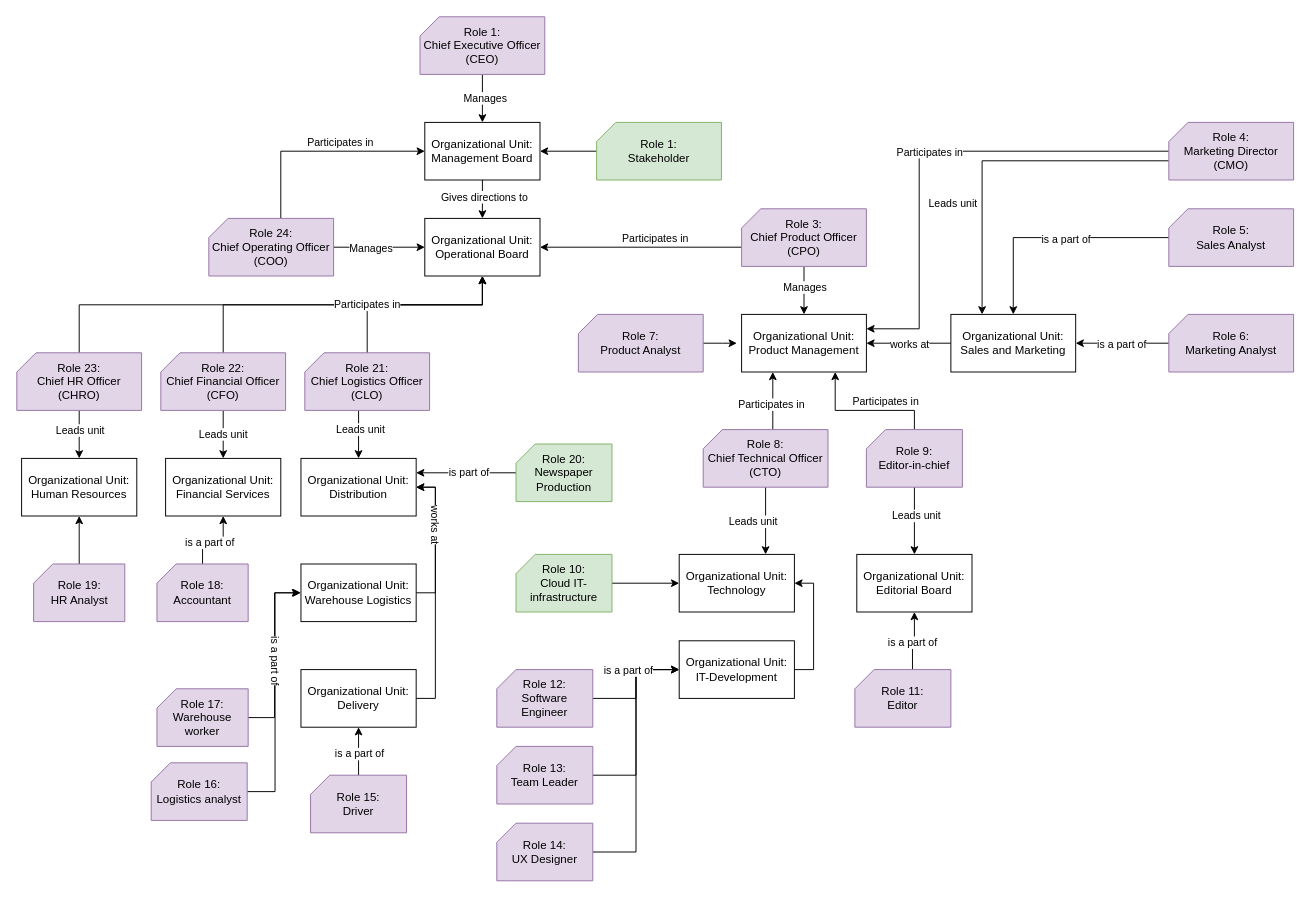
Earlier version of the draw.io diagram TS_role_actors_models.drawio (gullskatten/TS-models-4em-archi). Source tidied: cells renumbered, new cells numbered last; positions are measured from the earlier drawing's top-left corner, leaving out a move shared by most shapes. Both pictures are drawn from the tidied source at 96%, with x=0, y=0 at pixel (16, 16).
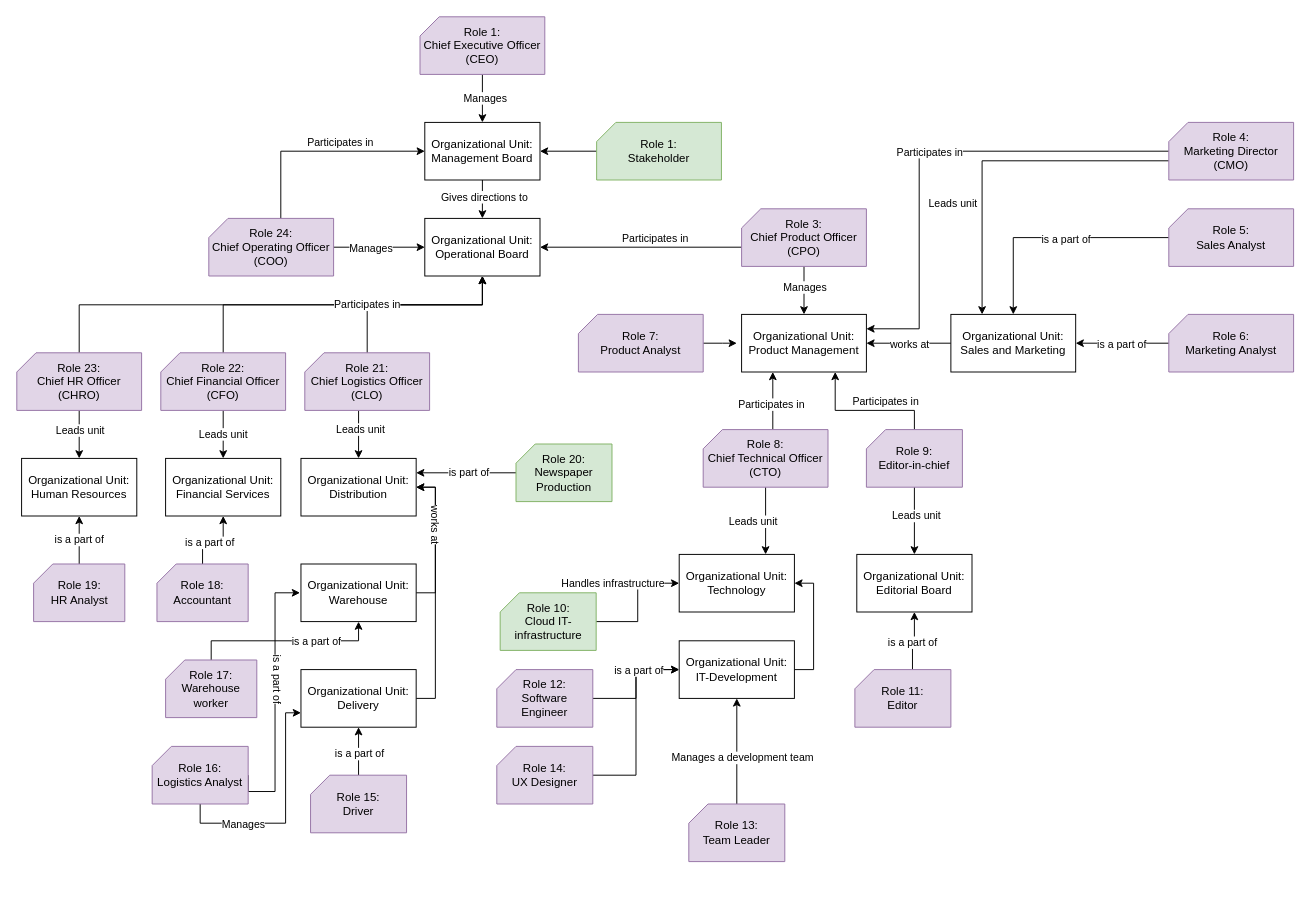
After the change.

Commit message:
Logistics relates to delivery

Unchanged cells that the change refers to:
```xml
<mxCell id="35" value="Organizational Unit:&lt;br&gt;Human Resources" style="rounded=0;whiteSpace=wrap;html=1;" parent="1" vertex="1">
  <mxGeometry x="5" y="460" width="120" height="60" as="geometry" />
</mxCell>
<mxCell id="45" value="Organizational Unit:&lt;br&gt;IT-Development" style="rounded=0;whiteSpace=wrap;html=1;" parent="1" vertex="1">
  <mxGeometry x="690" y="650" width="120" height="60" as="geometry" />
</mxCell>
<mxCell id="50" value="Organizational Unit:&lt;br&gt;Delivery" style="rounded=0;whiteSpace=wrap;html=1;" parent="1" vertex="1">
  <mxGeometry x="296" y="680" width="120" height="60" as="geometry" />
</mxCell>
<mxCell id="69" style="edgeStyle=orthogonalEdgeStyle;rounded=0;jettySize=auto;html=1;entryX=0;entryY=0.5;entryDx=0;entryDy=0;exitX=1;exitY=0.5;exitDx=0;exitDy=0;exitPerimeter=0;" parent="1" edge="1" source="71">
  <mxGeometry relative="1" as="geometry">
    <mxPoint x="295" y="600" as="targetPoint" />
    <Array as="points">
      <mxPoint x="269" y="807" />
      <mxPoint x="269" y="600" />
    </Array>
  </mxGeometry>
</mxCell>
<mxCell id="76" value="Role 19:&lt;br&gt;HR Analyst" style="verticalLabelPosition=middle;verticalAlign=middle;html=1;shape=card;whiteSpace=wrap;size=20;arcSize=12;fillColor=#e1d5e7;strokeColor=#9673a6;labelPosition=center;align=center;" parent="1" vertex="1">
  <mxGeometry x="17.5" y="570" width="95" height="60" as="geometry" />
</mxCell>
<mxCell id="91" style="edgeStyle=orthogonalEdgeStyle;rounded=0;jettySize=auto;html=1;entryX=0;entryY=0.5;entryDx=0;entryDy=0;" parent="1" edge="1" source="92" target="33">
  <mxGeometry relative="1" as="geometry" />
</mxCell>
```

What changed in the source:
```diff
@@
-    <mxCell id="47" value="Organizational Unit:&lt;br&gt;Warehouse Logistics" style="rounded=0;whiteSpace=wrap;html=1;" parent="1" vertex="1">
+    <mxCell id="47" value="Organizational Unit:&lt;br&gt;Warehouse" style="rounded=0;whiteSpace=wrap;html=1;" parent="1" vertex="1">
       <mxGeometry x="296" y="570" width="120" height="60" as="geometry" />
     </mxCell>
@@
-    <mxCell id="67" style="edgeStyle=orthogonalEdgeStyle;rounded=0;jettySize=auto;html=1;entryX=0;entryY=0.5;entryDx=0;entryDy=0;" parent="1" edge="1" source="68" target="47">
-      <mxGeometry relative="1" as="geometry" />
+    <mxCell id="67" style="edgeStyle=orthogonalEdgeStyle;rounded=0;jettySize=auto;html=1;entryX=0.5;entryY=1;entryDx=0;entryDy=0;exitX=0.5;exitY=0;exitDx=0;exitDy=0;exitPerimeter=0;" parent="1" edge="1" source="68" target="47">
+      <mxGeometry relative="1" as="geometry">
+        <Array as="points">
+          <mxPoint x="203" y="650" />
+          <mxPoint x="356" y="650" />
+        </Array>
+      </mxGeometry>
     </mxCell>
+    <mxCell id="100" value="is a part of" style="edgeLabel;html=1;align=center;verticalAlign=middle;" parent="67" vertex="1">
+      <mxGeometry x="0.32" relative="1" as="geometry">
+        <mxPoint x="1" as="offset" />
+      </mxGeometry>
+    </mxCell>
     <mxCell id="68" value="Role 17:&lt;br&gt;Warehouse worker" style="verticalLabelPosition=middle;verticalAlign=middle;html=1;shape=card;whiteSpace=wrap;size=20;arcSize=12;fillColor=#e1d5e7;strokeColor=#9673a6;labelPosition=center;align=center;" parent="1" vertex="1">
-      <mxGeometry x="146" y="700" width="95" height="60" as="geometry" />
+      <mxGeometry x="155" y="670" width="95" height="60" as="geometry" />
     </mxCell>
@@
     <mxCell id="70" value="is a part of" style="edgeLabel;html=1;align=center;verticalAlign=middle;rotation=90;" parent="69" vertex="1">
       <mxGeometry x="0.4" y="3" relative="1" as="geometry">
-        <mxPoint x="4" y="16.7" as="offset" />
+        <mxPoint x="6" y="32" as="offset" />
       </mxGeometry>
     </mxCell>
+    <mxCell id="101" style="edgeStyle=orthogonalEdgeStyle;rounded=0;jettySize=auto;html=1;entryX=0;entryY=0.75;entryDx=0;entryDy=0;exitX=0.5;exitY=1;exitDx=0;exitDy=0;exitPerimeter=0;" parent="1" edge="1" source="71" target="50">
+      <mxGeometry relative="1" as="geometry">
+        <Array as="points">
+          <mxPoint x="191" y="840" />
+          <mxPoint x="280" y="840" />
+          <mxPoint x="280" y="725" />
+        </Array>
+      </mxGeometry>
+    </mxCell>
+    <mxCell id="102" value="Manages" style="edgeLabel;html=1;align=center;verticalAlign=middle;" parent="101" vertex="1">
+      <mxGeometry x="-0.47" relative="1" as="geometry" />
+    </mxCell>
-    <mxCell id="71" value="Role 16:&lt;br&gt;Logistics analyst" style="verticalLabelPosition=middle;verticalAlign=middle;html=1;shape=card;whiteSpace=wrap;size=20;arcSize=12;fillColor=#e1d5e7;strokeColor=#9673a6;labelPosition=center;align=center;" parent="1" vertex="1">
-      <mxGeometry x="140" y="777.1" width="100" height="60" as="geometry" />
+    <mxCell id="71" value="Role 16:&lt;br&gt;Logistics Analyst" style="verticalLabelPosition=middle;verticalAlign=middle;html=1;shape=card;whiteSpace=wrap;size=20;arcSize=12;fillColor=#e1d5e7;strokeColor=#9673a6;labelPosition=center;align=center;" parent="1" vertex="1">
+      <mxGeometry x="141" y="760" width="100" height="60" as="geometry" />
     </mxCell>
@@
-    <mxCell id="75" style="edgeStyle=orthogonalEdgeStyle;rounded=0;jettySize=auto;html=1;entryX=0.5;entryY=1;entryDx=0;entryDy=0;" parent="1" edge="1" source="76" target="35">
+    <mxCell id="75" value="is a part of" style="edgeStyle=orthogonalEdgeStyle;rounded=0;jettySize=auto;html=1;entryX=0.5;entryY=1;entryDx=0;entryDy=0;" parent="1" edge="1" source="76" target="35">
       <mxGeometry relative="1" as="geometry" />
     </mxCell>
@@
+    <mxCell id="103" value="Handles infrastructure" style="edgeLabel;html=1;align=center;verticalAlign=middle;" parent="91" vertex="1">
+      <mxGeometry x="-0.16" relative="1" as="geometry">
+        <mxPoint x="-26.7" y="-30.4" as="offset" />
+      </mxGeometry>
+    </mxCell>
     <mxCell id="92" value="Role 10:&lt;br&gt;Cloud IT-infrastructure" style="verticalLabelPosition=middle;verticalAlign=middle;html=1;shape=card;whiteSpace=wrap;size=20;arcSize=12;fillColor=#d5e8d4;strokeColor=#82b366;labelPosition=center;align=center;" parent="1" vertex="1">
-      <mxGeometry x="520" y="560" width="100" height="60" as="geometry" />
+      <mxGeometry x="503.5" y="600" width="100" height="60" as="geometry" />
     </mxCell>
@@
-    <mxCell id="95" style="edgeStyle=orthogonalEdgeStyle;rounded=0;jettySize=auto;html=1;entryX=0;entryY=0.5;entryDx=0;entryDy=0;" parent="1" edge="1" source="96" target="45">
+    <mxCell id="95" style="edgeStyle=orthogonalEdgeStyle;rounded=0;jettySize=auto;html=1;entryX=0.5;entryY=1;entryDx=0;entryDy=0;" parent="1" edge="1" source="96" target="45">
       <mxGeometry relative="1" as="geometry" />
     </mxCell>
+    <mxCell id="104" value="Manages a development team" style="edgeLabel;html=1;align=center;verticalAlign=middle;" parent="95" vertex="1">
+      <mxGeometry x="0.39" y="-8" relative="1" as="geometry">
+        <mxPoint x="-3" y="27.1" as="offset" />
+      </mxGeometry>
+    </mxCell>
     <mxCell id="96" value="Role 13:&lt;br&gt;Team Leader" style="verticalLabelPosition=middle;verticalAlign=middle;html=1;shape=card;whiteSpace=wrap;size=20;arcSize=12;fillColor=#e1d5e7;strokeColor=#9673a6;labelPosition=center;align=center;" parent="1" vertex="1">
-      <mxGeometry x="500" y="760" width="100" height="60" as="geometry" />
+      <mxGeometry x="700" y="820" width="100" height="60" as="geometry" />
     </mxCell>
@@
     <mxCell id="99" value="Role 14:&lt;br&gt;UX Designer" style="verticalLabelPosition=middle;verticalAlign=middle;html=1;shape=card;whiteSpace=wrap;size=20;arcSize=12;fillColor=#e1d5e7;strokeColor=#9673a6;labelPosition=center;align=center;" parent="1" vertex="1">
-      <mxGeometry x="500" y="840" width="100" height="60" as="geometry" />
+      <mxGeometry x="500" y="760" width="100" height="60" as="geometry" />
     </mxCell>
```
